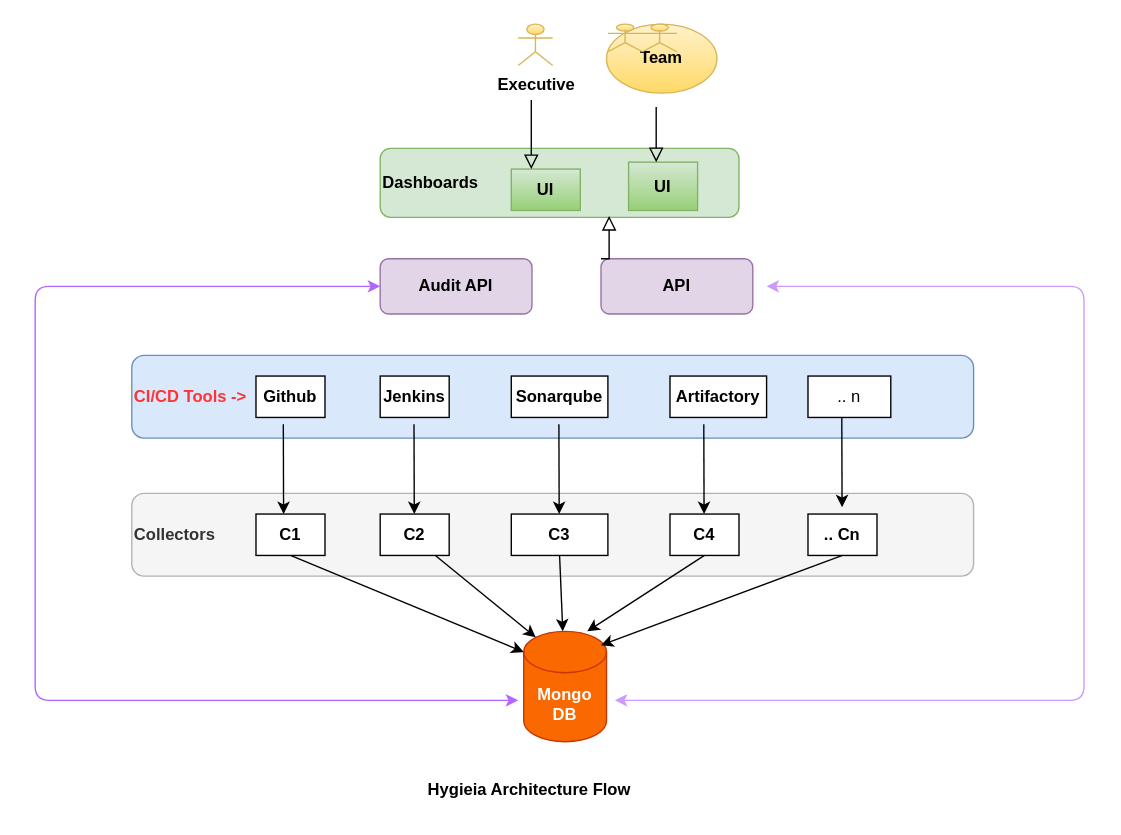
anup466/katacoda-scenarios keeps this draw.io diagram as Untitled Diagram.drawio. Above is the earlier version. Source tidied: cells renumbered, new cells numbered last; positions are measured from the earlier drawing's top-left corner, leaving out a move shared by most shapes. Both pictures are drawn from the tidied source at 138%, with x=0, y=0 at pixel (34, 23).
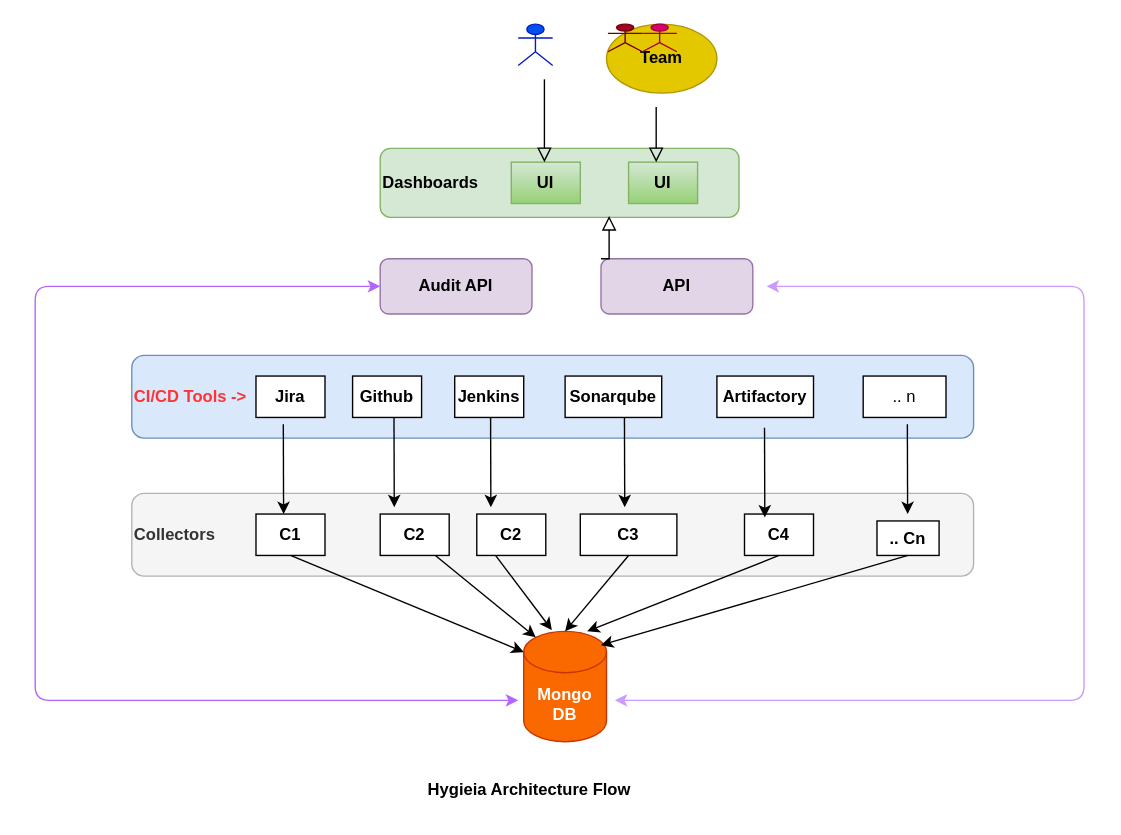
Above is the later version.

Unchanged cells that the change refers to:
```xml
<mxCell id="16" value="Mongo DB" style="shape=cylinder3;whiteSpace=wrap;html=1;boundedLbl=1;backgroundOutline=1;size=15;fillColor=#fa6800;strokeColor=#C73500;fontStyle=1;fontColor=#ffffff;" parent="1" vertex="1">
  <mxGeometry x="354" y="440" width="60" height="80" as="geometry" />
</mxCell>
```

Diff of the diagram source:
```diff
@@
-    <mxCell id="2" value="Team" style="ellipse;whiteSpace=wrap;html=1;fontStyle=1;fillColor=#fff2cc;strokeColor=#d6b656;gradientColor=#ffd966;" parent="1" vertex="1">
+    <mxCell id="2" value="Team" style="ellipse;whiteSpace=wrap;html=1;fontStyle=1;fillColor=#e3c800;strokeColor=#B09500;fontColor=#000000;" parent="1" vertex="1">
       <mxGeometry x="414" width="80" height="50" as="geometry" />
     </mxCell>
@@
-    <mxCell id="5" value="Github" style="rounded=0;whiteSpace=wrap;html=1;fontStyle=1;" parent="1" vertex="1">
+    <mxCell id="5" value="Jira" style="rounded=0;whiteSpace=wrap;html=1;fontStyle=1;" parent="1" vertex="1">
       <mxGeometry x="160" y="255" width="50" height="30" as="geometry" />
     </mxCell>
     <mxCell id="6" value="Jenkins" style="rounded=0;whiteSpace=wrap;html=1;fontStyle=1;" parent="1" vertex="1">
-      <mxGeometry x="250" y="255" width="50" height="30" as="geometry" />
+      <mxGeometry x="304" y="255" width="50" height="30" as="geometry" />
     </mxCell>
     <mxCell id="7" value="Sonarqube" style="rounded=0;whiteSpace=wrap;html=1;fontStyle=1;" parent="1" vertex="1">
-      <mxGeometry x="345" y="255" width="70" height="30" as="geometry" />
+      <mxGeometry x="384" y="255" width="70" height="30" as="geometry" />
     </mxCell>
     <mxCell id="8" value="Artifactory" style="rounded=0;whiteSpace=wrap;html=1;fontStyle=1;" parent="1" vertex="1">
-      <mxGeometry x="460" y="255" width="70" height="30" as="geometry" />
+      <mxGeometry x="494" y="255" width="70" height="30" as="geometry" />
     </mxCell>
     <mxCell id="9" value=".. n" style="rounded=0;whiteSpace=wrap;html=1;" parent="1" vertex="1">
-      <mxGeometry x="560" y="255" width="60" height="30" as="geometry" />
+      <mxGeometry x="600" y="255" width="60" height="30" as="geometry" />
     </mxCell>
@@
     <mxCell id="13" value="C3" style="rounded=0;whiteSpace=wrap;html=1;fontStyle=1;" parent="1" vertex="1">
-      <mxGeometry x="345" y="355" width="70" height="30" as="geometry" />
+      <mxGeometry x="395" y="355" width="70" height="30" as="geometry" />
     </mxCell>
     <mxCell id="14" value="C4" style="rounded=0;whiteSpace=wrap;html=1;fontStyle=1;" parent="1" vertex="1">
-      <mxGeometry x="460" y="355" width="50" height="30" as="geometry" />
+      <mxGeometry x="514" y="355" width="50" height="30" as="geometry" />
     </mxCell>
     <mxCell id="15" value=".. Cn" style="rounded=0;whiteSpace=wrap;html=1;fontStyle=1;" parent="1" vertex="1">
-      <mxGeometry x="560" y="355" width="50" height="30" as="geometry" />
+      <mxGeometry x="610" y="360" width="45" height="25" as="geometry" />
     </mxCell>
@@
-    <mxCell id="17" style="endArrow=classic;html=1;exitX=0.5;exitY=1;exitDx=0;exitDy=0;" parent="1" edge="1" source="13" target="16">
+    <mxCell id="17" style="endArrow=classic;html=1;exitX=0.5;exitY=1;exitDx=0;exitDy=0;entryX=0.5;entryY=0;entryDx=0;entryDy=0;entryPerimeter=0;" parent="1" edge="1" source="13" target="16">
       <mxGeometry relative="1" as="geometry" />
     </mxCell>
@@
     <mxCell id="23" style="endArrow=classic;html=1;exitX=0.18;exitY=0.833;exitDx=0;exitDy=0;exitPerimeter=0;" parent="1" edge="1">
       <mxGeometry relative="1" as="geometry">
-        <mxPoint x="379.5" y="290" as="sourcePoint" />
-        <mxPoint x="379.7" y="355" as="targetPoint" />
+        <mxPoint x="427" y="285" as="sourcePoint" />
+        <mxPoint x="427.2" y="350" as="targetPoint" />
       </mxGeometry>
     </mxCell>
-    <mxCell id="24" style="endArrow=classic;html=1;exitX=0.18;exitY=0.833;exitDx=0;exitDy=0;exitPerimeter=0;" parent="1" edge="1">
-      <mxGeometry relative="1" as="geometry">
-        <mxPoint x="484.5" y="290" as="sourcePoint" />
-        <mxPoint x="484.7" y="355" as="targetPoint" />
-      </mxGeometry>
-    </mxCell>
-    <mxCell id="25" style="endArrow=classic;html=1;exitX=0.18;exitY=0.833;exitDx=0;exitDy=0;exitPerimeter=0;" parent="1" edge="1">
-      <mxGeometry relative="1" as="geometry">
-        <mxPoint x="584.5" y="285" as="sourcePoint" />
-        <mxPoint x="584.7" y="350" as="targetPoint" />
-      </mxGeometry>
-    </mxCell>
     <mxCell id="26" style="endArrow=classic;html=1;exitX=0.18;exitY=0.833;exitDx=0;exitDy=0;exitPerimeter=0;" parent="1" edge="1">
       <mxGeometry relative="1" as="geometry">
-        <mxPoint x="274.5" y="290" as="sourcePoint" />
-        <mxPoint x="274.7" y="355" as="targetPoint" />
+        <mxPoint x="260" y="285" as="sourcePoint" />
+        <mxPoint x="260.2" y="350" as="targetPoint" />
       </mxGeometry>
     </mxCell>
@@
-    <mxCell id="33" value="Executive" style="shape=umlActor;verticalLabelPosition=bottom;verticalAlign=top;html=1;strokeColor=#d6b656;gradientColor=#ffd966;fillColor=#fff2cc;fontStyle=1;" parent="1" vertex="1">
+    <mxCell id="33" value="PO" style="shape=umlActor;verticalLabelPosition=bottom;verticalAlign=top;html=1;strokeColor=#001DBC;fillColor=#0050ef;fontStyle=1;fontColor=#ffffff;" parent="1" vertex="1">
       <mxGeometry x="350" width="25" height="30" as="geometry" />
     </mxCell>
     <mxCell id="34" value="UI" style="rounded=0;whiteSpace=wrap;html=1;fontStyle=1;gradientColor=#97d077;fillColor=#d5e8d4;strokeColor=#82b366;" parent="1" vertex="1">
-      <mxGeometry x="345" y="105" width="50" height="30" as="geometry" />
+      <mxGeometry x="345" y="100" width="50" height="30" as="geometry" />
     </mxCell>
     <mxCell id="35" value="UI" style="rounded=0;whiteSpace=wrap;html=1;fontStyle=1;gradientColor=#97d077;fillColor=#d5e8d4;strokeColor=#82b366;" parent="1" vertex="1">
-      <mxGeometry x="430" y="100" width="50" height="35" as="geometry" />
+      <mxGeometry x="430" y="100" width="50" height="30" as="geometry" />
     </mxCell>
     <mxCell id="36" style="rounded=0;html=1;jettySize=auto;orthogonalLoop=1;fontSize=11;endArrow=block;endFill=0;endSize=8;strokeWidth=1;shadow=0;labelBackgroundColor=none;edgeStyle=orthogonalEdgeStyle;" parent="1" edge="1">
       <mxGeometry relative="1" as="geometry">
-        <mxPoint x="359.5" y="55" as="sourcePoint" />
-        <mxPoint x="359.5" y="105" as="targetPoint" />
+        <mxPoint x="369" y="40" as="sourcePoint" />
+        <mxPoint x="369" y="100" as="targetPoint" />
         <Array as="points">
-          <mxPoint x="360" y="60" />
-          <mxPoint x="360" y="60" />
+          <mxPoint x="369.5" y="55" />
+          <mxPoint x="369.5" y="55" />
         </Array>
       </mxGeometry>
     </mxCell>
@@
-    <mxCell id="38" style="shape=umlActor;verticalLabelPosition=bottom;verticalAlign=top;html=1;strokeColor=#d6b656;gradientColor=#ffd966;fillColor=#fff2cc;fontStyle=1;" parent="1" vertex="1">
+    <mxCell id="38" style="shape=umlActor;verticalLabelPosition=bottom;verticalAlign=top;html=1;strokeColor=#6F0000;fillColor=#a20025;fontStyle=1;fontColor=#ffffff;" parent="1" vertex="1">
       <mxGeometry x="415" width="25" height="20" as="geometry" />
     </mxCell>
-    <mxCell id="39" style="shape=umlActor;verticalLabelPosition=bottom;verticalAlign=top;html=1;strokeColor=#d6b656;gradientColor=#ffd966;fillColor=#fff2cc;fontStyle=1;" parent="1" vertex="1">
+    <mxCell id="39" style="shape=umlActor;verticalLabelPosition=bottom;verticalAlign=top;html=1;strokeColor=#A50040;fillColor=#d80073;fontStyle=1;fontColor=#ffffff;" parent="1" vertex="1">
       <mxGeometry x="440" width="25" height="20" as="geometry" />
     </mxCell>
+    <mxCell id="40" style="endArrow=classic;html=1;exitX=0.18;exitY=0.833;exitDx=0;exitDy=0;exitPerimeter=0;" parent="1" edge="1">
+      <mxGeometry relative="1" as="geometry">
+        <mxPoint x="632" y="290" as="sourcePoint" />
+        <mxPoint x="632.2" y="355" as="targetPoint" />
+      </mxGeometry>
+    </mxCell>
+    <mxCell id="41" style="endArrow=classic;html=1;exitX=0.18;exitY=0.833;exitDx=0;exitDy=0;exitPerimeter=0;" parent="1" edge="1">
+      <mxGeometry relative="1" as="geometry">
+        <mxPoint x="528.5" y="292.5" as="sourcePoint" />
+        <mxPoint x="528.7" y="357.5" as="targetPoint" />
+      </mxGeometry>
+    </mxCell>
+    <mxCell id="42" value="Github" style="rounded=0;whiteSpace=wrap;html=1;fontStyle=1;" parent="1" vertex="1">
+      <mxGeometry x="230" y="255" width="50" height="30" as="geometry" />
+    </mxCell>
+    <mxCell id="43" value="C2" style="rounded=0;whiteSpace=wrap;html=1;fontStyle=1;" parent="1" vertex="1">
+      <mxGeometry x="320" y="355" width="50" height="30" as="geometry" />
+    </mxCell>
+    <mxCell id="44" style="endArrow=classic;html=1;exitX=0.18;exitY=0.833;exitDx=0;exitDy=0;exitPerimeter=0;" parent="1" edge="1">
+      <mxGeometry relative="1" as="geometry">
+        <mxPoint x="330" y="285" as="sourcePoint" />
+        <mxPoint x="330.2" y="350" as="targetPoint" />
+      </mxGeometry>
+    </mxCell>
+    <mxCell id="45" style="endArrow=classic;html=1;exitX=0.5;exitY=1;exitDx=0;exitDy=0;entryX=0.34;entryY=-0.012;entryDx=0;entryDy=0;entryPerimeter=0;" parent="1" edge="1" target="16">
+      <mxGeometry relative="1" as="geometry">
+        <mxPoint x="333.6" y="385" as="sourcePoint" />
+      </mxGeometry>
+    </mxCell>
```
